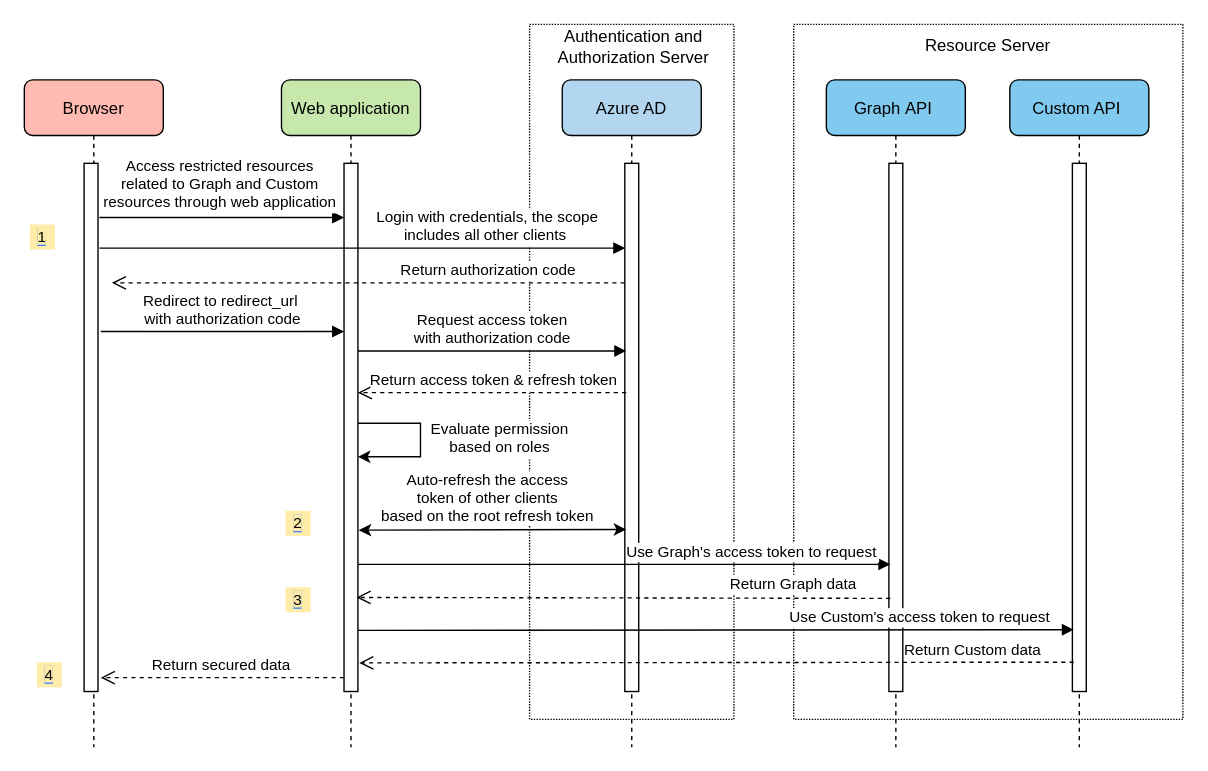
Earlier version of the draw.io diagram sdk/spring/azure-spring-boot-starter-active-directory/resource/source-file/add-based-web-application-access-resources.drawio (Azure/azure-sdk-for-java). Source tidied: cells renumbered, new cells numbered last; positions are measured from the earlier drawing's top-left corner, leaving out a move shared by most shapes. Both pictures are drawn from the tidied source at 139%, with x=0, y=0 at pixel (24, 24).
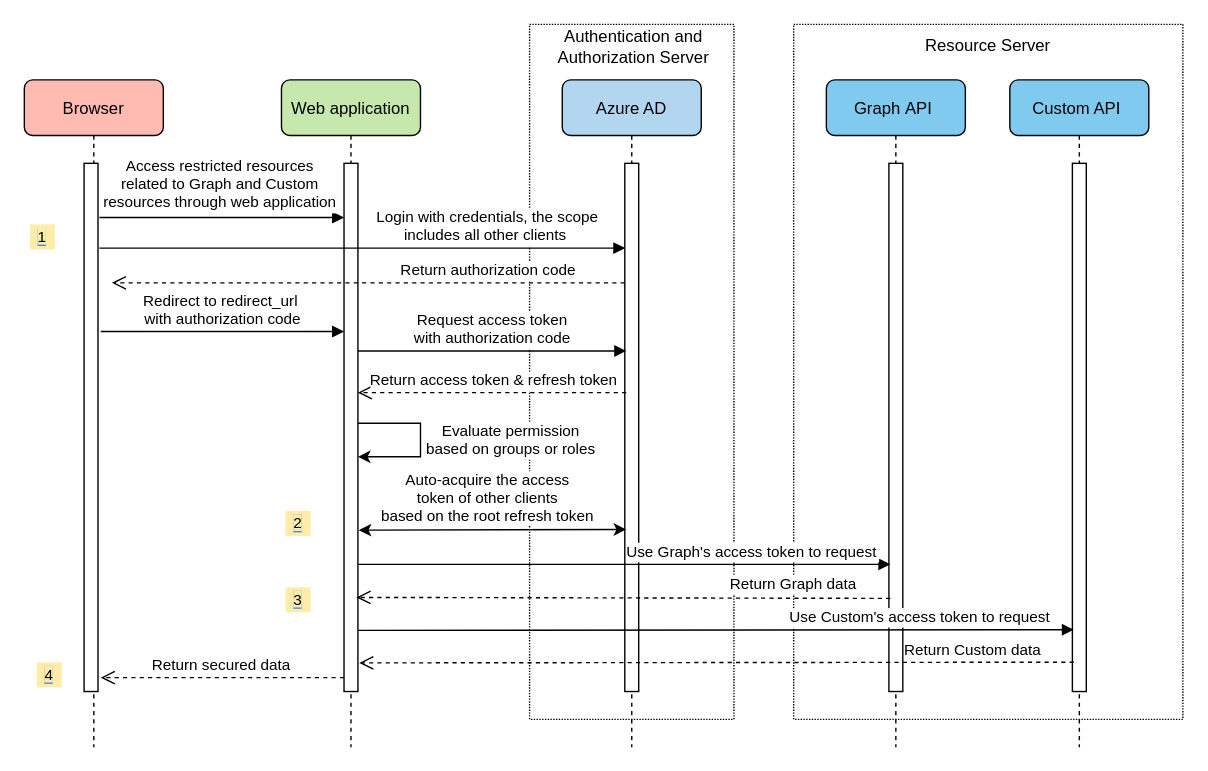
The same page after the edit.

Unchanged cells that the change refers to:
```xml
<mxCell id="18" style="edgeStyle=orthogonalEdgeStyle;rounded=0;orthogonalLoop=1;jettySize=auto;html=1;entryX=1;entryY=0.479;entryDx=0;entryDy=0;entryPerimeter=0;fontSize=11;" parent="1" edge="1">
  <mxGeometry relative="1" as="geometry">
    <mxPoint x="240" y="287" as="sourcePoint" />
    <mxPoint x="240" y="311.1" as="targetPoint" />
    <Array as="points">
      <mxPoint x="285" y="287" />
      <mxPoint x="285" y="311" />
    </Array>
  </mxGeometry>
</mxCell>
<mxCell id="32" style="endArrow=classic;startArrow=classic;html=1;fontSize=11;entryX=0.1;entryY=0.538;entryDx=0;entryDy=0;entryPerimeter=0;exitX=1.011;exitY=0.607;exitDx=0;exitDy=0;exitPerimeter=0;spacingTop=1;spacingLeft=0;" parent="1" edge="1">
  <mxGeometry relative="1" as="geometry">
    <mxPoint x="240.6" y="363.9" as="sourcePoint" />
    <mxPoint x="433" y="363.4" as="targetPoint" />
  </mxGeometry>
</mxCell>
```

Diff of the diagram source:
```diff
@@
-    <mxCell id="19" value="Evaluate permission &#10;based on roles" style="edgeLabel;align=center;verticalAlign=middle;fontSize=11;spacingRight=0;spacingLeft=16;" parent="18" vertex="1">
+    <mxCell id="19" value="Evaluate permission &#10;based on groups or roles" style="edgeLabel;align=center;verticalAlign=middle;fontSize=11;spacingRight=0;spacingLeft=16;" parent="18" vertex="1">
       <mxGeometry x="-0.69" relative="1" as="geometry">
-        <mxPoint x="75.8" y="10" as="offset" />
+        <mxPoint x="83.8" y="11" as="offset" />
       </mxGeometry>
     </mxCell>
@@
-    <mxCell id="33" value="Auto-refresh the access &lt;br&gt;token of other clients &lt;br&gt;based on the root refresh token" style="edgeLabel;html=1;align=center;verticalAlign=middle;fontSize=11;" parent="32" vertex="1">
+    <mxCell id="33" value="Auto-acquire the access &lt;br&gt;token of other clients &lt;br&gt;based on the root refresh token" style="edgeLabel;html=1;align=center;verticalAlign=middle;fontSize=11;" parent="32" vertex="1">
       <mxGeometry x="-0.16" y="3" relative="1" as="geometry">
         <mxPoint x="11" y="-20" as="offset" />
       </mxGeometry>
     </mxCell>
```
